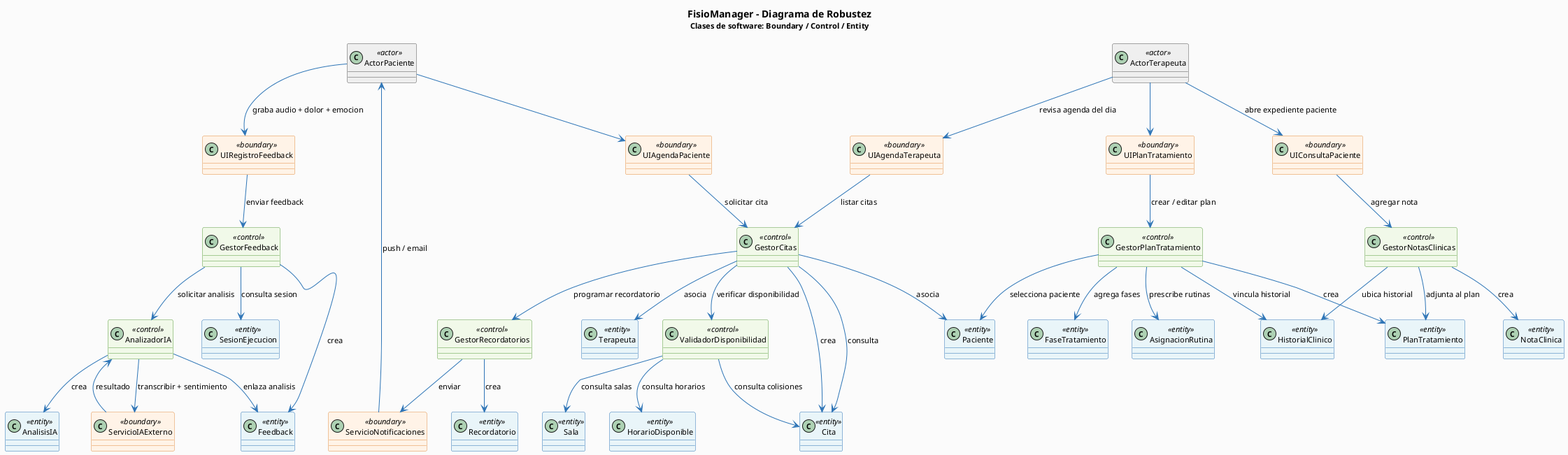
xiomj29/FisioManager-doc keeps this PlantUML diagram as proyFisioManager/ModAnalisis/figuras/FisioManager_DiagramaRobustez.png. Above is the earlier version. Source of this version:
```plantuml
@startuml FisioManager_DiagramaRobustez


skinparam backgroundColor #FAFAFA
skinparam ArrowColor #2E75B6
skinparam DefaultFontName Arial
skinparam DefaultFontSize 11
skinparam shadowing false

skinparam class {
    BackgroundColor<<actor>>     #EEEEEE
    BorderColor<<actor>>         #555555
    BackgroundColor<<boundary>>  #FFF3E6
    BorderColor<<boundary>>      #E08E45
    BackgroundColor<<control>>   #F0F8E8
    BorderColor<<control>>       #5B9D3E
    BackgroundColor<<entity>>    #E8F4F8
    BorderColor<<entity>>        #2E75B6
}

title <b>FisioManager - Diagrama de Robustez</b>\n<size:11>Clases de software: Boundary / Control / Entity</size>

class ActorPaciente <<actor>>
class ActorTerapeuta <<actor>>

class UIAgendaPaciente <<boundary>>
class UIAgendaTerapeuta <<boundary>>
class UIRegistroFeedback <<boundary>>
class UIConsultaPaciente <<boundary>>
class UIPlanTratamiento <<boundary>>
class ServicioNotificaciones <<boundary>>
class ServicioIAExterno <<boundary>>

class GestorCitas <<control>>
class GestorRecordatorios <<control>>
class GestorFeedback <<control>>
class AnalizadorIA <<control>>
class GestorPlanTratamiento <<control>>
class GestorNotasClinicas <<control>>
class ValidadorDisponibilidad <<control>>

class Paciente <<entity>>
class Terapeuta <<entity>>
class Cita <<entity>>
class Sala <<entity>>
class HorarioDisponible <<entity>>
class Recordatorio <<entity>>
class SesionEjecucion <<entity>>
class Feedback <<entity>>
class AnalisisIA <<entity>>
class PlanTratamiento <<entity>>
class FaseTratamiento <<entity>>
class NotaClinica <<entity>>
class HistorialClinico <<entity>>
class AsignacionRutina <<entity>>

ActorPaciente --> UIAgendaPaciente
UIAgendaPaciente --> GestorCitas : solicitar cita
GestorCitas --> ValidadorDisponibilidad : verificar disponibilidad
ValidadorDisponibilidad --> HorarioDisponible : consulta horarios
ValidadorDisponibilidad --> Sala : consulta salas
ValidadorDisponibilidad --> Cita : consulta colisiones
GestorCitas --> Cita : crea
GestorCitas --> Paciente : asocia
GestorCitas --> Terapeuta : asocia
GestorCitas --> GestorRecordatorios : programar recordatorio
GestorRecordatorios --> Recordatorio : crea
GestorRecordatorios --> ServicioNotificaciones : enviar
ServicioNotificaciones --> ActorPaciente : push / email

ActorPaciente --> UIRegistroFeedback : graba audio + dolor + emocion
UIRegistroFeedback --> GestorFeedback : enviar feedback
GestorFeedback --> SesionEjecucion : consulta sesion
GestorFeedback --> Feedback : crea
GestorFeedback --> AnalizadorIA : solicitar analisis
AnalizadorIA --> ServicioIAExterno : transcribir + sentimiento
ServicioIAExterno --> AnalizadorIA : resultado
AnalizadorIA --> AnalisisIA : crea
AnalizadorIA --> Feedback : enlaza analisis

ActorTerapeuta --> UIPlanTratamiento
UIPlanTratamiento --> GestorPlanTratamiento : crear / editar plan
GestorPlanTratamiento --> Paciente : selecciona paciente
GestorPlanTratamiento --> PlanTratamiento : crea
GestorPlanTratamiento --> FaseTratamiento : agrega fases
GestorPlanTratamiento --> AsignacionRutina : prescribe rutinas
GestorPlanTratamiento --> HistorialClinico : vincula historial

ActorTerapeuta --> UIConsultaPaciente : abre expediente paciente
UIConsultaPaciente --> GestorNotasClinicas : agregar nota
GestorNotasClinicas --> HistorialClinico : ubica historial
GestorNotasClinicas --> NotaClinica : crea
GestorNotasClinicas --> PlanTratamiento : adjunta al plan

ActorTerapeuta --> UIAgendaTerapeuta : revisa agenda del dia
UIAgendaTerapeuta --> GestorCitas : listar citas
GestorCitas --> Cita : consulta

@enduml
```
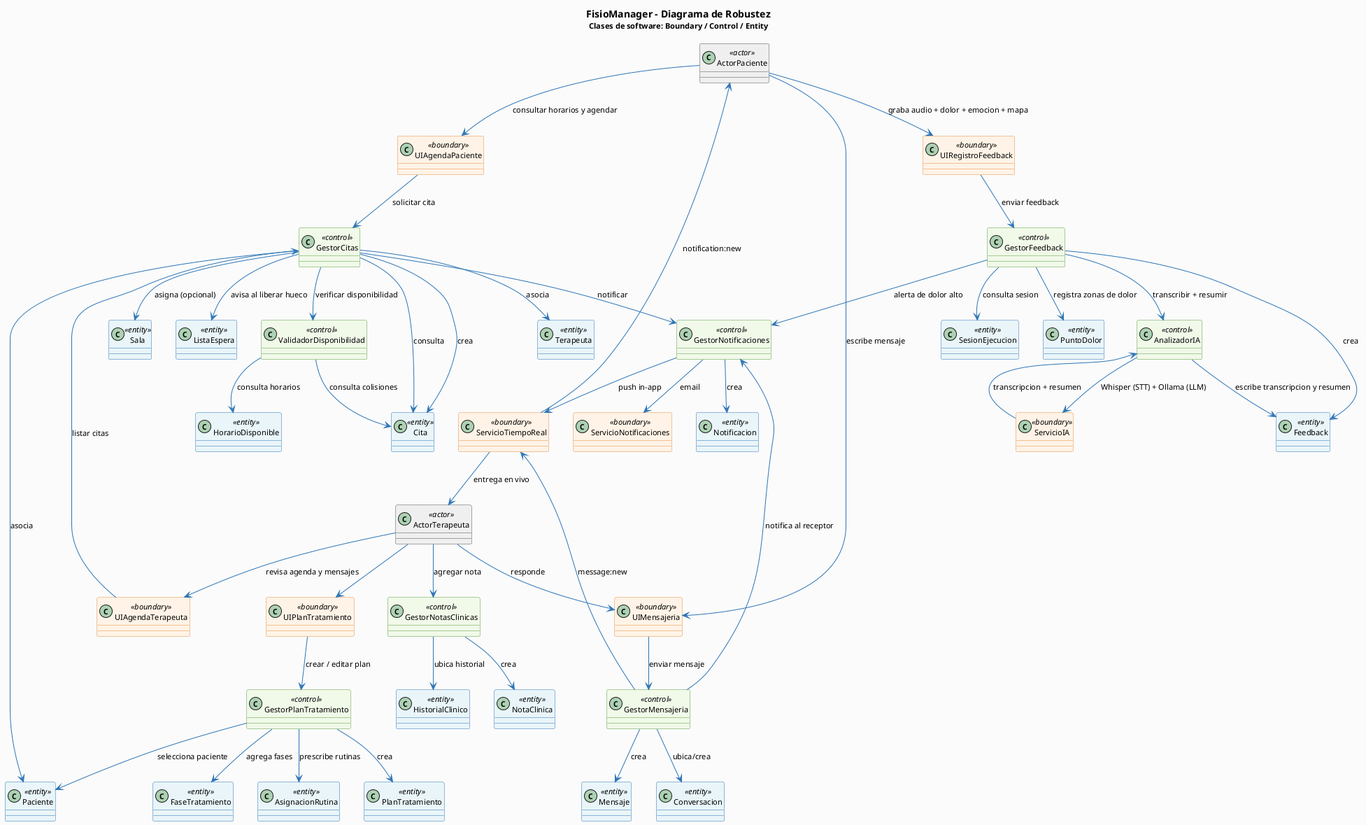
Later version of the same file.

Change to the diagram source:
```diff
@@ -26,15 +26,17 @@
 class UIAgendaPaciente <<boundary>>
 class UIAgendaTerapeuta <<boundary>>
 class UIRegistroFeedback <<boundary>>
-class UIConsultaPaciente <<boundary>>
+class UIMensajeria <<boundary>>
 class UIPlanTratamiento <<boundary>>
 class ServicioNotificaciones <<boundary>>
-class ServicioIAExterno <<boundary>>
+class ServicioTiempoReal <<boundary>>
+class ServicioIA <<boundary>>
 
 class GestorCitas <<control>>
-class GestorRecordatorios <<control>>
+class GestorNotificaciones <<control>>
 class GestorFeedback <<control>>
 class AnalizadorIA <<control>>
+class GestorMensajeria <<control>>
 class GestorPlanTratamiento <<control>>
 class GestorNotasClinicas <<control>>
 class ValidadorDisponibilidad <<control>>
@@ -44,39 +46,53 @@
 class Cita <<entity>>
 class Sala <<entity>>
 class HorarioDisponible <<entity>>
-class Recordatorio <<entity>>
+class ListaEspera <<entity>>
+class Notificacion <<entity>>
 class SesionEjecucion <<entity>>
 class Feedback <<entity>>
-class AnalisisIA <<entity>>
+class PuntoDolor <<entity>>
+class Conversacion <<entity>>
+class Mensaje <<entity>>
 class PlanTratamiento <<entity>>
 class FaseTratamiento <<entity>>
 class NotaClinica <<entity>>
 class HistorialClinico <<entity>>
 class AsignacionRutina <<entity>>
 
-ActorPaciente --> UIAgendaPaciente
+ActorPaciente --> UIAgendaPaciente : consultar horarios y agendar
 UIAgendaPaciente --> GestorCitas : solicitar cita
 GestorCitas --> ValidadorDisponibilidad : verificar disponibilidad
 ValidadorDisponibilidad --> HorarioDisponible : consulta horarios
-ValidadorDisponibilidad --> Sala : consulta salas
 ValidadorDisponibilidad --> Cita : consulta colisiones
 GestorCitas --> Cita : crea
 GestorCitas --> Paciente : asocia
 GestorCitas --> Terapeuta : asocia
-GestorCitas --> GestorRecordatorios : programar recordatorio
-GestorRecordatorios --> Recordatorio : crea
-GestorRecordatorios --> ServicioNotificaciones : enviar
-ServicioNotificaciones --> ActorPaciente : push / email
+GestorCitas --> Sala : asigna (opcional)
+GestorCitas --> ListaEspera : avisa al liberar hueco
+GestorCitas --> GestorNotificaciones : notificar
+GestorNotificaciones --> Notificacion : crea
+GestorNotificaciones --> ServicioNotificaciones : email
+GestorNotificaciones --> ServicioTiempoReal : push in-app
+ServicioTiempoReal --> ActorPaciente : notification:new
 
-ActorPaciente --> UIRegistroFeedback : graba audio + dolor + emocion
+ActorPaciente --> UIRegistroFeedback : graba audio + dolor + emocion + mapa
 UIRegistroFeedback --> GestorFeedback : enviar feedback
 GestorFeedback --> SesionEjecucion : consulta sesion
 GestorFeedback --> Feedback : crea
-GestorFeedback --> AnalizadorIA : solicitar analisis
-AnalizadorIA --> ServicioIAExterno : transcribir + sentimiento
-ServicioIAExterno --> AnalizadorIA : resultado
-AnalizadorIA --> AnalisisIA : crea
-AnalizadorIA --> Feedback : enlaza analisis
+GestorFeedback --> PuntoDolor : registra zonas de dolor
+GestorFeedback --> AnalizadorIA : transcribir + resumir
+AnalizadorIA --> ServicioIA : Whisper (STT) + Ollama (LLM)
+ServicioIA --> AnalizadorIA : transcripcion + resumen
+AnalizadorIA --> Feedback : escribe transcripcion y resumen
+GestorFeedback --> GestorNotificaciones : alerta de dolor alto
+
+ActorPaciente --> UIMensajeria : escribe mensaje
+UIMensajeria --> GestorMensajeria : enviar mensaje
+GestorMensajeria --> Conversacion : ubica/crea
+GestorMensajeria --> Mensaje : crea
+GestorMensajeria --> ServicioTiempoReal : message:new
+ServicioTiempoReal --> ActorTerapeuta : entrega en vivo
+GestorMensajeria --> GestorNotificaciones : notifica al receptor
 
 ActorTerapeuta --> UIPlanTratamiento
 UIPlanTratamiento --> GestorPlanTratamiento : crear / editar plan
@@ -84,16 +100,13 @@
 GestorPlanTratamiento --> PlanTratamiento : crea
 GestorPlanTratamiento --> FaseTratamiento : agrega fases
 GestorPlanTratamiento --> AsignacionRutina : prescribe rutinas
-GestorPlanTratamiento --> HistorialClinico : vincula historial
 
-ActorTerapeuta --> UIConsultaPaciente : abre expediente paciente
-UIConsultaPaciente --> GestorNotasClinicas : agregar nota
+ActorTerapeuta --> UIAgendaTerapeuta : revisa agenda y mensajes
+UIAgendaTerapeuta --> GestorCitas : listar citas
+GestorCitas --> Cita : consulta
+ActorTerapeuta --> UIMensajeria : responde
+ActorTerapeuta --> GestorNotasClinicas : agregar nota
 GestorNotasClinicas --> HistorialClinico : ubica historial
 GestorNotasClinicas --> NotaClinica : crea
-GestorNotasClinicas --> PlanTratamiento : adjunta al plan
-
-ActorTerapeuta --> UIAgendaTerapeuta : revisa agenda del dia
-UIAgendaTerapeuta --> GestorCitas : listar citas
-GestorCitas --> Cita : consulta
 
 @enduml
```
